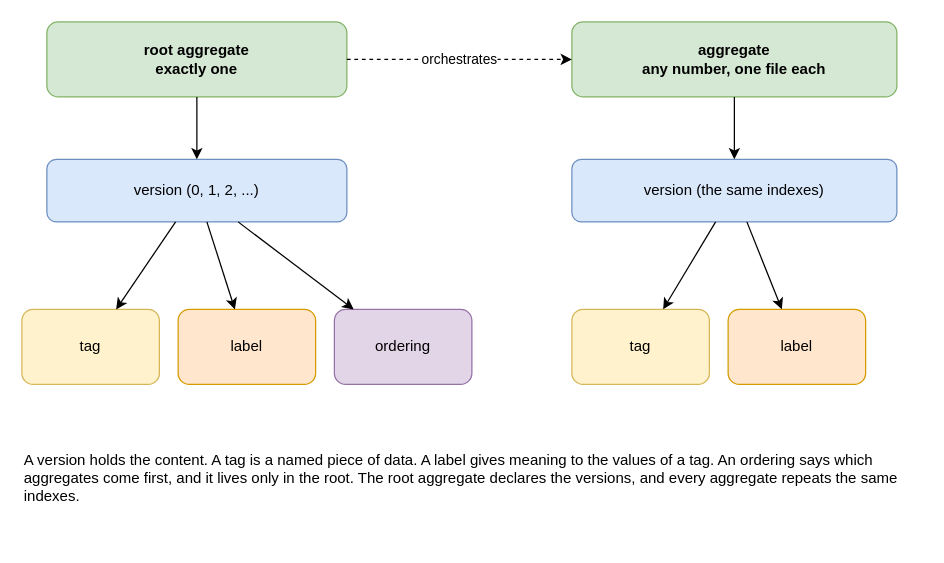
The draw.io diagram drawio/06_entities.drawio in goloveshin/galimatron_doc, before the edit. Source tidied: cells renumbered, new cells numbered last; positions are measured from the earlier drawing's top-left corner, leaving out a move shared by most shapes. Both pictures are drawn from the tidied source at 125%, with x=0, y=0 at pixel (21, 21).
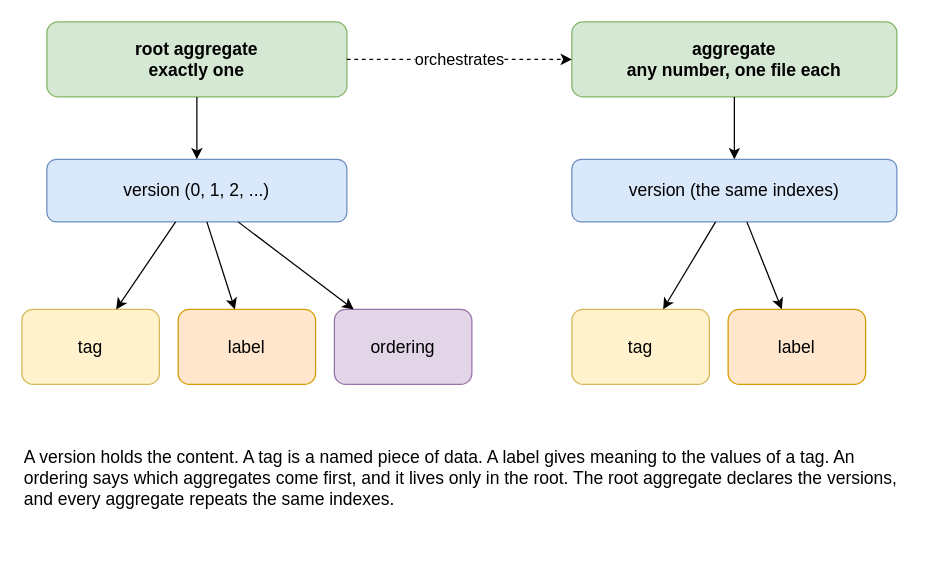
After the change.

What changed in the source:
```diff
@@
 <mxGraphModel>
   <root>
     <mxCell id="0" />
     <mxCell id="1" parent="0" />
-    <mxCell id="2" value="root aggregate&lt;br&gt;exactly one" style="rounded=1;whiteSpace=wrap;html=1;fillColor=#d5e8d4;strokeColor=#82b366;fontStyle=1;" parent="1" vertex="1">
+    <mxCell id="2" value="root aggregate&lt;br&gt;exactly one" style="rounded=1;whiteSpace=wrap;html=1;fillColor=#d5e8d4;strokeColor=#82b366;fontStyle=1;fontSize=14;" parent="1" vertex="1">
       <mxGeometry x="20" width="240" height="60" as="geometry" />
     </mxCell>
-    <mxCell id="3" value="aggregate&lt;br&gt;any number, one file each" style="rounded=1;whiteSpace=wrap;html=1;fillColor=#d5e8d4;strokeColor=#82b366;fontStyle=1;" parent="1" vertex="1">
+    <mxCell id="3" value="aggregate&lt;br&gt;any number, one file each" style="rounded=1;whiteSpace=wrap;html=1;fillColor=#d5e8d4;strokeColor=#82b366;fontStyle=1;fontSize=14;" parent="1" vertex="1">
       <mxGeometry x="440" width="260" height="60" as="geometry" />
     </mxCell>
-    <mxCell id="4" value="version  (0, 1, 2, ...)" style="rounded=1;whiteSpace=wrap;html=1;fillColor=#dae8fc;strokeColor=#6c8ebf;" parent="1" vertex="1">
+    <mxCell id="4" value="version  (0, 1, 2, ...)" style="rounded=1;whiteSpace=wrap;html=1;fillColor=#dae8fc;strokeColor=#6c8ebf;fontSize=14;" parent="1" vertex="1">
       <mxGeometry x="20" y="110" width="240" height="50" as="geometry" />
     </mxCell>
-    <mxCell id="5" value="version  (the same indexes)" style="rounded=1;whiteSpace=wrap;html=1;fillColor=#dae8fc;strokeColor=#6c8ebf;" parent="1" vertex="1">
+    <mxCell id="5" value="version  (the same indexes)" style="rounded=1;whiteSpace=wrap;html=1;fillColor=#dae8fc;strokeColor=#6c8ebf;fontSize=14;" parent="1" vertex="1">
       <mxGeometry x="440" y="110" width="260" height="50" as="geometry" />
     </mxCell>
-    <mxCell id="6" value="tag" style="rounded=1;whiteSpace=wrap;html=1;fillColor=#fff2cc;strokeColor=#d6b656;" parent="1" vertex="1">
+    <mxCell id="6" value="tag" style="rounded=1;whiteSpace=wrap;html=1;fillColor=#fff2cc;strokeColor=#d6b656;fontSize=14;" parent="1" vertex="1">
       <mxGeometry y="230" width="110" height="60" as="geometry" />
     </mxCell>
-    <mxCell id="7" value="label" style="rounded=1;whiteSpace=wrap;html=1;fillColor=#ffe6cc;strokeColor=#d79b00;" parent="1" vertex="1">
+    <mxCell id="7" value="label" style="rounded=1;whiteSpace=wrap;html=1;fillColor=#ffe6cc;strokeColor=#d79b00;fontSize=14;" parent="1" vertex="1">
       <mxGeometry x="125" y="230" width="110" height="60" as="geometry" />
     </mxCell>
-    <mxCell id="8" value="ordering" style="rounded=1;whiteSpace=wrap;html=1;fillColor=#e1d5e7;strokeColor=#9673a6;" parent="1" vertex="1">
+    <mxCell id="8" value="ordering" style="rounded=1;whiteSpace=wrap;html=1;fillColor=#e1d5e7;strokeColor=#9673a6;fontSize=14;" parent="1" vertex="1">
       <mxGeometry x="250" y="230" width="110" height="60" as="geometry" />
     </mxCell>
-    <mxCell id="9" value="tag" style="rounded=1;whiteSpace=wrap;html=1;fillColor=#fff2cc;strokeColor=#d6b656;" parent="1" vertex="1">
+    <mxCell id="9" value="tag" style="rounded=1;whiteSpace=wrap;html=1;fillColor=#fff2cc;strokeColor=#d6b656;fontSize=14;" parent="1" vertex="1">
       <mxGeometry x="440" y="230" width="110" height="60" as="geometry" />
     </mxCell>
-    <mxCell id="10" value="label" style="rounded=1;whiteSpace=wrap;html=1;fillColor=#ffe6cc;strokeColor=#d79b00;" parent="1" vertex="1">
+    <mxCell id="10" value="label" style="rounded=1;whiteSpace=wrap;html=1;fillColor=#ffe6cc;strokeColor=#d79b00;fontSize=14;" parent="1" vertex="1">
       <mxGeometry x="565" y="230" width="110" height="60" as="geometry" />
     </mxCell>
     <mxCell id="11" style="endArrow=classic;html=1;labelBackgroundColor=#ffffff;edgeStyle=none;" parent="1" edge="1" source="2" target="4">
       <mxGeometry relative="1" as="geometry" />
     </mxCell>
     <mxCell id="12" style="endArrow=classic;html=1;labelBackgroundColor=#ffffff;edgeStyle=none;" parent="1" edge="1" source="3" target="5">
       <mxGeometry relative="1" as="geometry" />
     </mxCell>
     <mxCell id="13" style="endArrow=classic;html=1;labelBackgroundColor=#ffffff;edgeStyle=none;" parent="1" edge="1" source="4" target="6">
       <mxGeometry relative="1" as="geometry" />
     </mxCell>
     <mxCell id="14" style="endArrow=classic;html=1;labelBackgroundColor=#ffffff;edgeStyle=none;" parent="1" edge="1" source="4" target="7">
       <mxGeometry relative="1" as="geometry" />
     </mxCell>
     <mxCell id="15" style="endArrow=classic;html=1;labelBackgroundColor=#ffffff;edgeStyle=none;" parent="1" edge="1" source="4" target="8">
       <mxGeometry relative="1" as="geometry" />
     </mxCell>
     <mxCell id="16" style="endArrow=classic;html=1;labelBackgroundColor=#ffffff;edgeStyle=none;" parent="1" edge="1" source="5" target="9">
       <mxGeometry relative="1" as="geometry" />
     </mxCell>
     <mxCell id="17" style="endArrow=classic;html=1;labelBackgroundColor=#ffffff;edgeStyle=none;" parent="1" edge="1" source="5" target="10">
       <mxGeometry relative="1" as="geometry" />
     </mxCell>
-    <mxCell id="18" value="orchestrates" style="endArrow=classic;html=1;labelBackgroundColor=#ffffff;edgeStyle=none;dashed=1;" parent="1" edge="1" source="2" target="3">
+    <mxCell id="18" value="orchestrates" style="endArrow=classic;html=1;labelBackgroundColor=#ffffff;edgeStyle=none;dashed=1;fontSize=13;" parent="1" edge="1" source="2" target="3">
       <mxGeometry relative="1" as="geometry" />
     </mxCell>
-    <mxCell id="19" value="A version holds the content. A tag is a named piece of data. A label gives meaning to the values of a tag. An ordering says which aggregates come first, and it lives only in the root. The root aggregate declares the versions, and every aggregate repeats the same indexes." style="text;html=1;whiteSpace=wrap;verticalAlign=middle;align=left;" parent="1" vertex="1">
+    <mxCell id="19" value="A version holds the content. A tag is a named piece of data. A label gives meaning to the values of a tag. An ordering says which aggregates come first, and it lives only in the root. The root aggregate declares the versions, and every aggregate repeats the same indexes." style="text;html=1;whiteSpace=wrap;verticalAlign=middle;align=left;fontSize=14;" parent="1" vertex="1">
       <mxGeometry y="315" width="720" height="100" as="geometry" />
     </mxCell>
   </root>
 </mxGraphModel>
```
